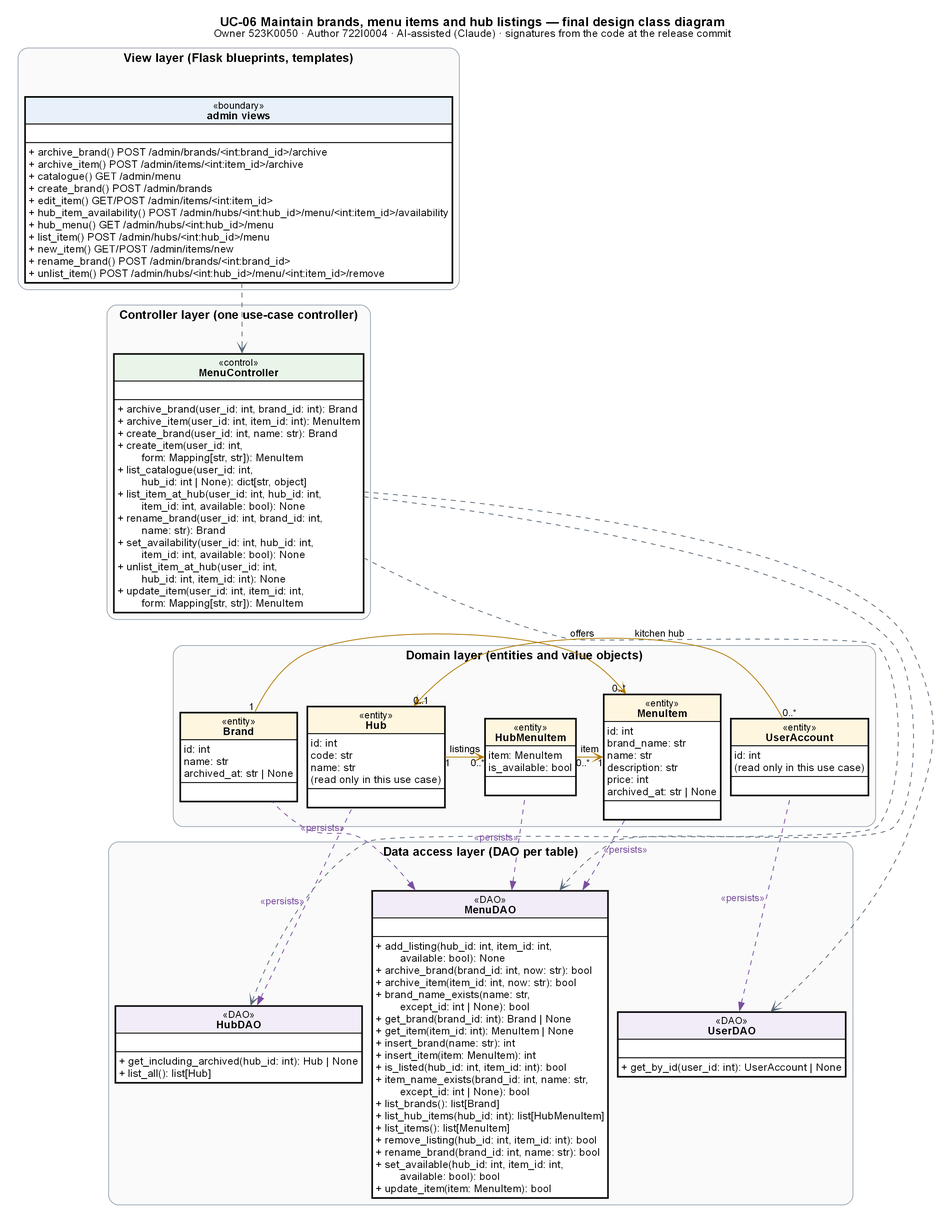
Earlier version of the Graphviz export models/UC-06/dcd_uc06_final_overview.png (Dat071104/SaigonBite). Its source is kept beside it as models/UC-06/dcd_uc06_final_overview.dot.
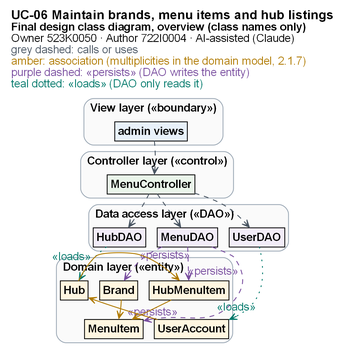
Later version of the same file.

The edit, as a diff of the source:
```diff
@@ -1,44 +1,46 @@
 digraph G {
-graph [rankdir=TB, nodesep=0.15, ranksep=0.5, fontname="Arial", fontsize=16, pad=0.2, dpi=200];
-node [shape=plain, fontname="Arial", fontsize=13];
-edge [fontname="Arial", fontsize=12];
-labelloc="t"; label=<<B>UC-06 Maintain brands, menu items and hub listings — final design class diagram</B><BR/><FONT POINT-SIZE="13">Owner 523K0050 · Author 722I0004 · AI-assisted (Claude) · signatures from the code at the release commit</FONT>>;
-subgraph cluster_view { label=<<B>View layer (Flask blueprints, templates)</B>>; style="rounded,filled"; fillcolor="#FAFAFA"; color="#9AA7B4"; fontsize=15;
+graph [rankdir=TB, nodesep=0.2, ranksep=0.34, fontname="Arial", fontsize=14, pad=0.08, dpi=200, newrank=true];
+node [shape=plain, fontname="Arial", fontsize=14];
+edge [fontname="Arial", fontsize=14, arrowsize=0.9, penwidth=1.1];
+labelloc="t"; labeljust="l"; label=<<B><FONT POINT-SIZE="16">UC-06 Maintain brands, menu items and hub listings</FONT></B><BR ALIGN="LEFT"/><B><FONT POINT-SIZE="14">Final design class diagram, overview (class names only)</FONT></B><BR ALIGN="LEFT"/><FONT POINT-SIZE="14">Owner 523K0050 · Author 722I0004 · AI-assisted (Claude)</FONT><BR ALIGN="LEFT"/><FONT POINT-SIZE="14" COLOR="#4A5663">grey dashed: calls or uses</FONT>    <BR ALIGN="LEFT"/><FONT POINT-SIZE="14" COLOR="#B07A00">amber: association (multiplicities in the domain model, 2.1.7)</FONT>    <BR ALIGN="LEFT"/><FONT POINT-SIZE="14" COLOR="#7A4FA0">purple dashed: «persists» (DAO writes the entity)</FONT>    <BR ALIGN="LEFT"/><FONT POINT-SIZE="14" COLOR="#00796B">teal dotted: «loads» (DAO only reads it)</FONT>    <BR ALIGN="LEFT"/>>;
+subgraph cluster_view { label=<<B>View layer («boundary»)</B>>; labeljust="l"; style="rounded,filled"; fillcolor="#FAFAFA"; color="#9AA7B4"; fontsize=14; margin=5;
   { rank=same; "bp_admin"; }
-  "bp_admin" [label=<<TABLE BORDER="1" CELLBORDER="1" CELLSPACING="0" CELLPADDING="3" BGCOLOR="white"><TR><TD BGCOLOR="#E8F1FA" BALIGN="CENTER"><FONT POINT-SIZE="12">«boundary»</FONT><BR/><B>admin views</B></TD></TR><TR><TD ALIGN="LEFT" BALIGN="LEFT"> </TD></TR><TR><TD ALIGN="LEFT" BALIGN="LEFT">+ archive_brand() POST /admin/brands/&lt;int:brand_id&gt;/archive<BR ALIGN="LEFT"/>+ archive_item() POST /admin/items/&lt;int:item_id&gt;/archive<BR ALIGN="LEFT"/>+ catalogue() GET /admin/menu<BR ALIGN="LEFT"/>+ create_brand() POST /admin/brands<BR ALIGN="LEFT"/>+ edit_item() GET/POST /admin/items/&lt;int:item_id&gt;<BR ALIGN="LEFT"/>+ hub_item_availability() POST /admin/hubs/&lt;int:hub_id&gt;/menu/&lt;int:item_id&gt;/availability<BR ALIGN="LEFT"/>+ hub_menu() GET /admin/hubs/&lt;int:hub_id&gt;/menu<BR ALIGN="LEFT"/>+ list_item() POST /admin/hubs/&lt;int:hub_id&gt;/menu<BR ALIGN="LEFT"/>+ new_item() GET/POST /admin/items/new<BR ALIGN="LEFT"/>+ rename_brand() POST /admin/brands/&lt;int:brand_id&gt;<BR ALIGN="LEFT"/>+ unlist_item() POST /admin/hubs/&lt;int:hub_id&gt;/menu/&lt;int:item_id&gt;/remove<BR ALIGN="LEFT"/></TD></TR></TABLE>>];
+  "bp_admin" [label=<<TABLE BORDER="1" CELLBORDER="0" CELLSPACING="0" CELLPADDING="3" BGCOLOR="#E8F1FA"><TR><TD><FONT POINT-SIZE="14"><B>admin views</B></FONT></TD></TR></TABLE>>];
 }
-subgraph cluster_controller { label=<<B>Controller layer (one use-case controller)</B>>; style="rounded,filled"; fillcolor="#FAFAFA"; color="#9AA7B4"; fontsize=15;
+subgraph cluster_controller { label=<<B>Controller layer («control»)</B>>; labeljust="l"; style="rounded,filled"; fillcolor="#FAFAFA"; color="#9AA7B4"; fontsize=14; margin=5;
   { rank=same; "MenuController"; }
-  "MenuController" [label=<<TABLE BORDER="1" CELLBORDER="1" CELLSPACING="0" CELLPADDING="3" BGCOLOR="white"><TR><TD BGCOLOR="#EAF5EA" BALIGN="CENTER"><FONT POINT-SIZE="12">«control»</FONT><BR/><B>MenuController</B></TD></TR><TR><TD ALIGN="LEFT" BALIGN="LEFT"> </TD></TR><TR><TD ALIGN="LEFT" BALIGN="LEFT">+ archive_brand(user_id: int, brand_id: int): Brand<BR ALIGN="LEFT"/>+ archive_item(user_id: int, item_id: int): MenuItem<BR ALIGN="LEFT"/>+ create_brand(user_id: int, name: str): Brand<BR ALIGN="LEFT"/>+ create_item(user_id: int,<BR ALIGN="LEFT"/>        form: Mapping[str, str]): MenuItem<BR ALIGN="LEFT"/>+ list_catalogue(user_id: int,<BR ALIGN="LEFT"/>        hub_id: int | None): dict[str, object]<BR ALIGN="LEFT"/>+ list_item_at_hub(user_id: int, hub_id: int,<BR ALIGN="LEFT"/>        item_id: int, available: bool): None<BR ALIGN="LEFT"/>+ rename_brand(user_id: int, brand_id: int,<BR ALIGN="LEFT"/>        name: str): Brand<BR ALIGN="LEFT"/>+ set_availability(user_id: int, hub_id: int,<BR ALIGN="LEFT"/>        item_id: int, available: bool): None<BR ALIGN="LEFT"/>+ unlist_item_at_hub(user_id: int,<BR ALIGN="LEFT"/>        hub_id: int, item_id: int): None<BR ALIGN="LEFT"/>+ update_item(user_id: int, item_id: int,<BR ALIGN="LEFT"/>        form: Mapping[str, str]): MenuItem<BR ALIGN="LEFT"/></TD></TR></TABLE>>];
+  "MenuController" [label=<<TABLE BORDER="1" CELLBORDER="0" CELLSPACING="0" CELLPADDING="3" BGCOLOR="#EAF5EA"><TR><TD><FONT POINT-SIZE="14"><B>MenuController</B></FONT></TD></TR></TABLE>>];
 }
-subgraph cluster_domain { label=<<B>Domain layer (entities and value objects)</B>>; style="rounded,filled"; fillcolor="#FAFAFA"; color="#9AA7B4"; fontsize=15;
-  { rank=same; "Brand"; "Hub"; "HubMenuItem"; "MenuItem"; "UserAccount"; }
-  "Brand" [label=<<TABLE BORDER="1" CELLBORDER="1" CELLSPACING="0" CELLPADDING="3" BGCOLOR="white"><TR><TD BGCOLOR="#FFF6E0" BALIGN="CENTER"><FONT POINT-SIZE="12">«entity»</FONT><BR/><B>Brand</B></TD></TR><TR><TD ALIGN="LEFT" BALIGN="LEFT">id: int<BR ALIGN="LEFT"/>name: str<BR ALIGN="LEFT"/>archived_at: str | None<BR ALIGN="LEFT"/></TD></TR><TR><TD ALIGN="LEFT" BALIGN="LEFT"> </TD></TR></TABLE>>];
-  "Hub" [label=<<TABLE BORDER="1" CELLBORDER="1" CELLSPACING="0" CELLPADDING="3" BGCOLOR="white"><TR><TD BGCOLOR="#FFF6E0" BALIGN="CENTER"><FONT POINT-SIZE="12">«entity»</FONT><BR/><B>Hub</B></TD></TR><TR><TD ALIGN="LEFT" BALIGN="LEFT">id: int<BR ALIGN="LEFT"/>code: str<BR ALIGN="LEFT"/>name: str<BR ALIGN="LEFT"/>(read only in this use case)<BR ALIGN="LEFT"/></TD></TR><TR><TD ALIGN="LEFT" BALIGN="LEFT"> </TD></TR></TABLE>>];
-  "HubMenuItem" [label=<<TABLE BORDER="1" CELLBORDER="1" CELLSPACING="0" CELLPADDING="3" BGCOLOR="white"><TR><TD BGCOLOR="#FFF6E0" BALIGN="CENTER"><FONT POINT-SIZE="12">«entity»</FONT><BR/><B>HubMenuItem</B></TD></TR><TR><TD ALIGN="LEFT" BALIGN="LEFT">item: MenuItem<BR ALIGN="LEFT"/>is_available: bool<BR ALIGN="LEFT"/></TD></TR><TR><TD ALIGN="LEFT" BALIGN="LEFT"> </TD></TR></TABLE>>];
-  "MenuItem" [label=<<TABLE BORDER="1" CELLBORDER="1" CELLSPACING="0" CELLPADDING="3" BGCOLOR="white"><TR><TD BGCOLOR="#FFF6E0" BALIGN="CENTER"><FONT POINT-SIZE="12">«entity»</FONT><BR/><B>MenuItem</B></TD></TR><TR><TD ALIGN="LEFT" BALIGN="LEFT">id: int<BR ALIGN="LEFT"/>brand_name: str<BR ALIGN="LEFT"/>name: str<BR ALIGN="LEFT"/>description: str<BR ALIGN="LEFT"/>price: int<BR ALIGN="LEFT"/>archived_at: str | None<BR ALIGN="LEFT"/></TD></TR><TR><TD ALIGN="LEFT" BALIGN="LEFT"> </TD></TR></TABLE>>];
-  "UserAccount" [label=<<TABLE BORDER="1" CELLBORDER="1" CELLSPACING="0" CELLPADDING="3" BGCOLOR="white"><TR><TD BGCOLOR="#FFF6E0" BALIGN="CENTER"><FONT POINT-SIZE="12">«entity»</FONT><BR/><B>UserAccount</B></TD></TR><TR><TD ALIGN="LEFT" BALIGN="LEFT">id: int<BR ALIGN="LEFT"/>(read only in this use case)<BR ALIGN="LEFT"/></TD></TR><TR><TD ALIGN="LEFT" BALIGN="LEFT"> </TD></TR></TABLE>>];
+"bp_admin" -> "MenuController" [style=invis];
+subgraph cluster_dao { label=<<B>Data access layer («DAO»)</B>>; labeljust="l"; style="rounded,filled"; fillcolor="#FAFAFA"; color="#9AA7B4"; fontsize=14; margin=5;
+  { rank=same; "HubDAO"; "MenuDAO"; "UserDAO"; }
+  "HubDAO" [label=<<TABLE BORDER="1" CELLBORDER="0" CELLSPACING="0" CELLPADDING="3" BGCOLOR="#F2ECF8"><TR><TD><FONT POINT-SIZE="14"><B>HubDAO</B></FONT></TD></TR></TABLE>>];
+  "MenuDAO" [label=<<TABLE BORDER="1" CELLBORDER="0" CELLSPACING="0" CELLPADDING="3" BGCOLOR="#F2ECF8"><TR><TD><FONT POINT-SIZE="14"><B>MenuDAO</B></FONT></TD></TR></TABLE>>];
+  "UserDAO" [label=<<TABLE BORDER="1" CELLBORDER="0" CELLSPACING="0" CELLPADDING="3" BGCOLOR="#F2ECF8"><TR><TD><FONT POINT-SIZE="14"><B>UserDAO</B></FONT></TD></TR></TABLE>>];
 }
-subgraph cluster_dao { label=<<B>Data access layer (DAO per table)</B>>; style="rounded,filled"; fillcolor="#FAFAFA"; color="#9AA7B4"; fontsize=15;
-  { rank=same; "HubDAO"; "MenuDAO"; "UserDAO"; }
-  "HubDAO" [label=<<TABLE BORDER="1" CELLBORDER="1" CELLSPACING="0" CELLPADDING="3" BGCOLOR="white"><TR><TD BGCOLOR="#F2ECF8" BALIGN="CENTER"><FONT POINT-SIZE="12">«DAO»</FONT><BR/><B>HubDAO</B></TD></TR><TR><TD ALIGN="LEFT" BALIGN="LEFT"> </TD></TR><TR><TD ALIGN="LEFT" BALIGN="LEFT">+ get_including_archived(hub_id: int): Hub | None<BR ALIGN="LEFT"/>+ list_all(): list[Hub]<BR ALIGN="LEFT"/></TD></TR></TABLE>>];
-  "MenuDAO" [label=<<TABLE BORDER="1" CELLBORDER="1" CELLSPACING="0" CELLPADDING="3" BGCOLOR="white"><TR><TD BGCOLOR="#F2ECF8" BALIGN="CENTER"><FONT POINT-SIZE="12">«DAO»</FONT><BR/><B>MenuDAO</B></TD></TR><TR><TD ALIGN="LEFT" BALIGN="LEFT"> </TD></TR><TR><TD ALIGN="LEFT" BALIGN="LEFT">+ add_listing(hub_id: int, item_id: int,<BR ALIGN="LEFT"/>        available: bool): None<BR ALIGN="LEFT"/>+ archive_brand(brand_id: int, now: str): bool<BR ALIGN="LEFT"/>+ archive_item(item_id: int, now: str): bool<BR ALIGN="LEFT"/>+ brand_name_exists(name: str,<BR ALIGN="LEFT"/>        except_id: int | None): bool<BR ALIGN="LEFT"/>+ get_brand(brand_id: int): Brand | None<BR ALIGN="LEFT"/>+ get_item(item_id: int): MenuItem | None<BR ALIGN="LEFT"/>+ insert_brand(name: str): int<BR ALIGN="LEFT"/>+ insert_item(item: MenuItem): int<BR ALIGN="LEFT"/>+ is_listed(hub_id: int, item_id: int): bool<BR ALIGN="LEFT"/>+ item_name_exists(brand_id: int, name: str,<BR ALIGN="LEFT"/>        except_id: int | None): bool<BR ALIGN="LEFT"/>+ list_brands(): list[Brand]<BR ALIGN="LEFT"/>+ list_hub_items(hub_id: int): list[HubMenuItem]<BR ALIGN="LEFT"/>+ list_items(): list[MenuItem]<BR ALIGN="LEFT"/>+ remove_listing(hub_id: int, item_id: int): bool<BR ALIGN="LEFT"/>+ rename_brand(brand_id: int, name: str): bool<BR ALIGN="LEFT"/>+ set_available(hub_id: int, item_id: int,<BR ALIGN="LEFT"/>        available: bool): bool<BR ALIGN="LEFT"/>+ update_item(item: MenuItem): bool<BR ALIGN="LEFT"/></TD></TR></TABLE>>];
-  "UserDAO" [label=<<TABLE BORDER="1" CELLBORDER="1" CELLSPACING="0" CELLPADDING="3" BGCOLOR="white"><TR><TD BGCOLOR="#F2ECF8" BALIGN="CENTER"><FONT POINT-SIZE="12">«DAO»</FONT><BR/><B>UserDAO</B></TD></TR><TR><TD ALIGN="LEFT" BALIGN="LEFT"> </TD></TR><TR><TD ALIGN="LEFT" BALIGN="LEFT">+ get_by_id(user_id: int): UserAccount | None<BR ALIGN="LEFT"/></TD></TR></TABLE>>];
+"MenuController" -> "HubDAO" [style=invis];
+subgraph cluster_domain { label=<<B>Domain layer («entity»)</B>>; labeljust="l"; style="rounded,filled"; fillcolor="#FAFAFA"; color="#9AA7B4"; fontsize=14; margin=5;
+  { rank=same; "Brand"; "Hub"; "HubMenuItem"; }
+  { rank=same; "MenuItem"; "UserAccount"; }
+  "Brand" [label=<<TABLE BORDER="1" CELLBORDER="0" CELLSPACING="0" CELLPADDING="3" BGCOLOR="#FFF6E0"><TR><TD><FONT POINT-SIZE="14"><B>Brand</B></FONT></TD></TR></TABLE>>];
+  "Hub" [label=<<TABLE BORDER="1" CELLBORDER="0" CELLSPACING="0" CELLPADDING="3" BGCOLOR="#FFF6E0"><TR><TD><FONT POINT-SIZE="14"><B>Hub</B></FONT></TD></TR></TABLE>>];
+  "HubMenuItem" [label=<<TABLE BORDER="1" CELLBORDER="0" CELLSPACING="0" CELLPADDING="3" BGCOLOR="#FFF6E0"><TR><TD><FONT POINT-SIZE="14"><B>HubMenuItem</B></FONT></TD></TR></TABLE>>];
+  "MenuItem" [label=<<TABLE BORDER="1" CELLBORDER="0" CELLSPACING="0" CELLPADDING="3" BGCOLOR="#FFF6E0"><TR><TD><FONT POINT-SIZE="14"><B>MenuItem</B></FONT></TD></TR></TABLE>>];
+  "UserAccount" [label=<<TABLE BORDER="1" CELLBORDER="0" CELLSPACING="0" CELLPADDING="3" BGCOLOR="#FFF6E0"><TR><TD><FONT POINT-SIZE="14"><B>UserAccount</B></FONT></TD></TR></TABLE>>];
 }
-"bp_admin" -> "MenuController" [style=invis, weight=5];
-"MenuController" -> "Brand" [style=invis, weight=5];
-"Brand" -> "HubDAO" [style=invis, weight=5];
-"MenuController" -> "HubDAO" [style=dashed, arrowhead=vee, color="#5B6B7A"];
-"MenuController" -> "MenuDAO" [style=dashed, arrowhead=vee, color="#5B6B7A"];
-"MenuController" -> "UserDAO" [style=dashed, arrowhead=vee, color="#5B6B7A"];
-"bp_admin" -> "MenuController" [style=dashed, arrowhead=vee, color="#5B6B7A"];
-"MenuDAO" -> "Brand" [style=dashed, arrowhead=vee, dir=back, color="#7A4FA0", xlabel="«persists»", fontcolor="#7A4FA0", constraint=false];
-"HubDAO" -> "Hub" [style=dashed, arrowhead=vee, dir=back, color="#7A4FA0", xlabel="«persists»", fontcolor="#7A4FA0", constraint=false];
-"MenuDAO" -> "HubMenuItem" [style=dashed, arrowhead=vee, dir=back, color="#7A4FA0", xlabel="«persists»", fontcolor="#7A4FA0", constraint=false];
-"MenuDAO" -> "MenuItem" [style=dashed, arrowhead=vee, dir=back, color="#7A4FA0", xlabel="«persists»", fontcolor="#7A4FA0", constraint=false];
-"UserDAO" -> "UserAccount" [style=dashed, arrowhead=vee, dir=back, color="#7A4FA0", xlabel="«persists»", fontcolor="#7A4FA0", constraint=false];
-"Hub" -> "HubMenuItem" [arrowhead=vee, dir=both, arrowtail=none, taillabel="1", headlabel="0..*", label="listings", color="#B07A00", constraint=false];
-"HubMenuItem" -> "MenuItem" [arrowhead=vee, dir=both, arrowtail=none, taillabel="0..*", headlabel="1", label="item", color="#B07A00", constraint=false];
-"Brand" -> "MenuItem" [arrowhead=vee, dir=both, arrowtail=none, taillabel="1", headlabel="0..*", label="offers", color="#B07A00", constraint=false];
-"UserAccount" -> "Hub" [arrowhead=vee, dir=both, arrowtail=none, taillabel="0..*", headlabel="0..1", label="kitchen hub", color="#B07A00", constraint=false];
+"HubDAO" -> "Brand" [style=invis];
+"Brand" -> "MenuItem" [style=invis];
+"HubDAO" -> "Hub" [style=dotted, arrowhead=vee, color="#00796B", fontcolor="#00796B", xlabel="«loads»"];
+"MenuController" -> "HubDAO" [style=dashed, arrowhead=vee, color="#4A5663"];
+"MenuController" -> "MenuDAO" [style=dashed, arrowhead=vee, color="#4A5663"];
+"MenuController" -> "UserDAO" [style=dashed, arrowhead=vee, color="#4A5663"];
+"MenuDAO" -> "Brand" [style=dashed, arrowhead=vee, color="#7A4FA0", fontcolor="#7A4FA0", xlabel="«persists»"];
+"MenuDAO" -> "HubMenuItem" [style=dashed, arrowhead=vee, color="#7A4FA0", fontcolor="#7A4FA0", xlabel="«persists»"];
+"MenuDAO" -> "MenuItem" [style=dashed, arrowhead=vee, color="#7A4FA0", fontcolor="#7A4FA0", xlabel="«persists»"];
+"UserDAO" -> "UserAccount" [style=dotted, arrowhead=vee, color="#00796B", fontcolor="#00796B", xlabel="«loads»"];
+"bp_admin" -> "MenuController" [style=dashed, arrowhead=vee, color="#4A5663"];
+"Hub" -> "HubMenuItem" [arrowhead=vee, dir=both, arrowtail=none, color="#B07A00", fontcolor="#B07A00", constraint=false];
+"HubMenuItem" -> "MenuItem" [arrowhead=vee, dir=both, arrowtail=none, color="#B07A00", fontcolor="#B07A00", constraint=false];
+"Brand" -> "MenuItem" [arrowhead=vee, dir=both, arrowtail=none, color="#B07A00", fontcolor="#B07A00", constraint=false];
+"UserAccount" -> "Hub" [arrowhead=vee, dir=both, arrowtail=none, color="#B07A00", fontcolor="#B07A00", constraint=false];
 }
```
